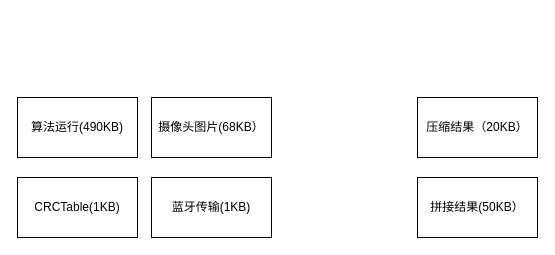
Before: elink.drawio in chenxuzy/ThreadPool, a draw.io diagram. Source tidied: cells renumbered, new cells numbered last; positions are measured from the earlier drawing's top-left corner, leaving out a move shared by most shapes. Both pictures are drawn from the tidied source at 100%, with x=0, y=0 at pixel (17, 97).
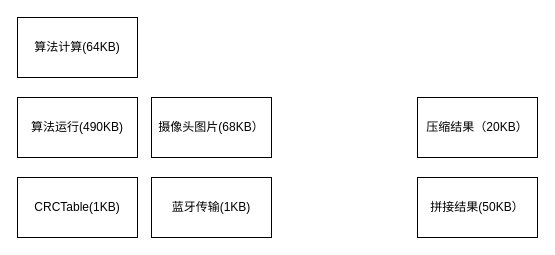
Above is the later version.

Change to the diagram source:
```diff
@@
 <mxGraphModel>
   <root>
     <mxCell id="0" />
     <mxCell id="1" parent="0" />
     <mxCell id="2" value="算法运行(490KB)" style="rounded=0;whiteSpace=wrap;html=1;" parent="1" vertex="1">
       <mxGeometry width="120" height="60" as="geometry" />
     </mxCell>
     <mxCell id="3" value="摄像头图片(68KB）" style="rounded=0;whiteSpace=wrap;html=1;" parent="1" vertex="1">
       <mxGeometry x="134" width="120" height="60" as="geometry" />
     </mxCell>
     <mxCell id="4" value="拼接结果(50KB）" style="rounded=0;whiteSpace=wrap;html=1;" parent="1" vertex="1">
       <mxGeometry x="400" y="80" width="120" height="60" as="geometry" />
     </mxCell>
     <mxCell id="5" value="压缩结果（20KB）" style="rounded=0;whiteSpace=wrap;html=1;" parent="1" vertex="1">
       <mxGeometry x="400" width="120" height="60" as="geometry" />
     </mxCell>
     <mxCell id="6" value="CRCTable(1KB)" style="rounded=0;whiteSpace=wrap;html=1;" parent="1" vertex="1">
       <mxGeometry y="80" width="120" height="60" as="geometry" />
     </mxCell>
     <mxCell id="7" value="蓝牙传输(1KB)" style="rounded=0;whiteSpace=wrap;html=1;" parent="1" vertex="1">
       <mxGeometry x="134" y="80" width="120" height="60" as="geometry" />
     </mxCell>
+    <mxCell id="8" value="算法计算(64KB)" style="rounded=0;whiteSpace=wrap;html=1;" parent="1" vertex="1">
+      <mxGeometry y="-80" width="120" height="60" as="geometry" />
+    </mxCell>
   </root>
 </mxGraphModel>
```
